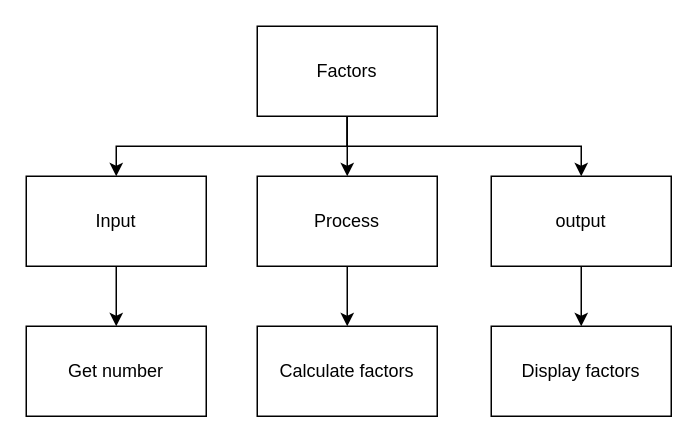
Above: page "Top Down" (1 of 2) of design.drawio in Samuel-Webster-178/ICS3U-Assignment-05-Python (draw.io), before the change. Source tidied: cells renumbered, new cells numbered last; positions are measured from the earlier drawing's top-left corner, leaving out a move shared by most shapes. Both pictures are drawn from the tidied source at 150%, with x=0, y=0 at pixel (26, 26).
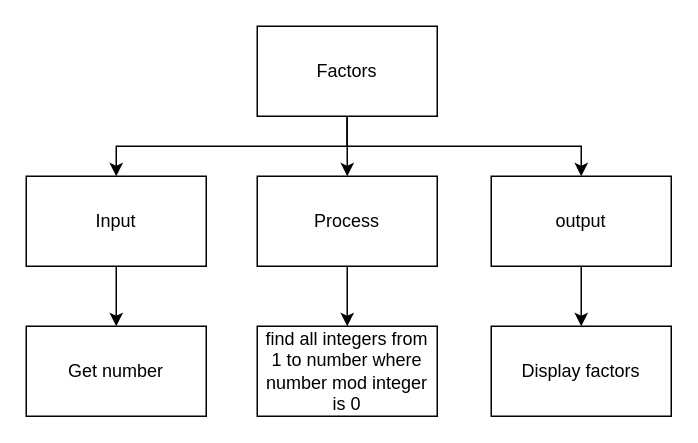
The same diagram, later.

Diff of the diagram source:
```diff
@@
 <mxGraphModel>
   <root>
     <mxCell id="0" />
     <mxCell id="1" parent="0" />
     <mxCell id="2" style="edgeStyle=none;html=1;" parent="1" edge="1" source="5" target="9">
       <mxGeometry relative="1" as="geometry" />
     </mxCell>
     <mxCell id="3" style="edgeStyle=orthogonalEdgeStyle;html=1;entryX=0.5;entryY=0;entryDx=0;entryDy=0;rounded=0;" parent="1" edge="1" source="5" target="7">
       <mxGeometry relative="1" as="geometry">
         <Array as="points">
           <mxPoint x="214" y="80" />
           <mxPoint x="60" y="80" />
         </Array>
       </mxGeometry>
     </mxCell>
     <mxCell id="4" style="edgeStyle=orthogonalEdgeStyle;html=1;entryX=0.5;entryY=0;entryDx=0;entryDy=0;rounded=0;" parent="1" edge="1" source="5" target="11">
       <mxGeometry relative="1" as="geometry">
         <Array as="points">
           <mxPoint x="214" y="80" />
           <mxPoint x="370" y="80" />
         </Array>
       </mxGeometry>
     </mxCell>
     <mxCell id="5" value="Factors" style="rounded=0;whiteSpace=wrap;html=1;" parent="1" vertex="1">
       <mxGeometry x="154" width="120" height="60" as="geometry" />
     </mxCell>
     <mxCell id="6" style="edgeStyle=orthogonalEdgeStyle;rounded=0;html=1;" parent="1" edge="1" source="7" target="12">
       <mxGeometry relative="1" as="geometry" />
     </mxCell>
     <mxCell id="7" value="Input" style="rounded=0;whiteSpace=wrap;html=1;" parent="1" vertex="1">
       <mxGeometry y="100" width="120" height="60" as="geometry" />
     </mxCell>
     <mxCell id="8" style="edgeStyle=orthogonalEdgeStyle;rounded=0;html=1;" parent="1" edge="1" source="9" target="13">
       <mxGeometry relative="1" as="geometry" />
     </mxCell>
     <mxCell id="9" value="Process" style="rounded=0;whiteSpace=wrap;html=1;" parent="1" vertex="1">
       <mxGeometry x="154" y="100" width="120" height="60" as="geometry" />
     </mxCell>
     <mxCell id="10" style="edgeStyle=orthogonalEdgeStyle;rounded=0;html=1;" parent="1" edge="1" source="11" target="14">
       <mxGeometry relative="1" as="geometry" />
     </mxCell>
     <mxCell id="11" value="output" style="rounded=0;whiteSpace=wrap;html=1;" parent="1" vertex="1">
       <mxGeometry x="310" y="100" width="120" height="60" as="geometry" />
     </mxCell>
     <mxCell id="12" value="Get number" style="rounded=0;whiteSpace=wrap;html=1;" parent="1" vertex="1">
       <mxGeometry y="200" width="120" height="60" as="geometry" />
     </mxCell>
-    <mxCell id="13" value="Calculate factors" style="rounded=0;whiteSpace=wrap;html=1;" parent="1" vertex="1">
+    <mxCell id="13" value="find all integers from 1 to number where number mod integer is 0" style="rounded=0;whiteSpace=wrap;html=1;" parent="1" vertex="1">
       <mxGeometry x="154" y="200" width="120" height="60" as="geometry" />
     </mxCell>
     <mxCell id="14" value="Display factors" style="rounded=0;whiteSpace=wrap;html=1;" parent="1" vertex="1">
       <mxGeometry x="310" y="200" width="120" height="60" as="geometry" />
     </mxCell>
   </root>
 </mxGraphModel>
```
